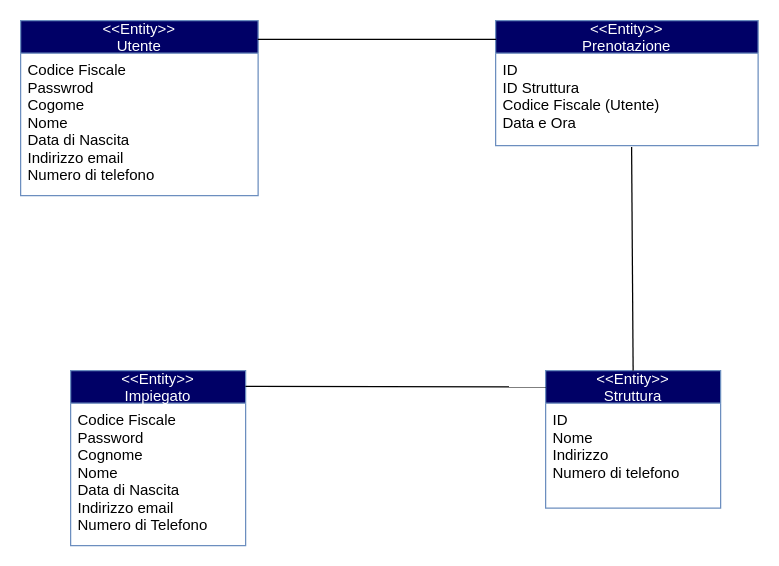
The draw.io diagram Documenti/UML Aggiornati/Entit di dominio/Entità di Dominio.drawio in Givaa/MedQueue, before the edit. Source tidied: cells renumbered, new cells numbered last; positions are measured from the earlier drawing's top-left corner, leaving out a move shared by most shapes. Both pictures are drawn from the tidied source at 125%, with x=0, y=0 at pixel (20, 20).
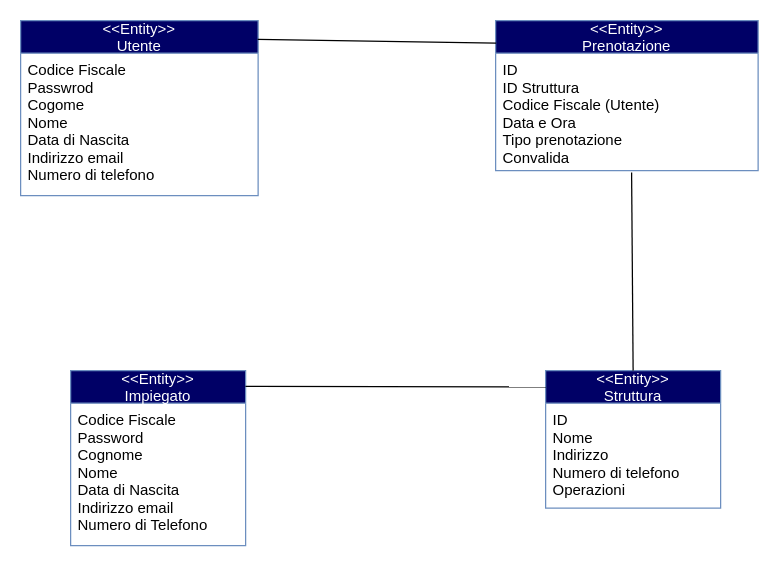
After the change.

Diff of the diagram source:
```diff
@@
 <mxGraphModel>
   <root>
     <mxCell id="0" />
     <mxCell id="1" parent="0" />
     <mxCell id="2" value="&lt;&lt;Entity&gt;&gt;&#10;Utente" style="swimlane;fontStyle=0;horizontal=1;startSize=26;strokeColor=#6c8ebf;fontColor=#FFFFFF;fillColor=#000066;" parent="1" vertex="1">
       <mxGeometry width="190" height="140" as="geometry" />
     </mxCell>
     <mxCell id="3" value="Codice Fiscale&#10;Passwrod&#10;Cogome&#10;Nome&#10;Data di Nascita&#10;Indirizzo email&#10;Numero di telefono" style="text;strokeColor=none;fillColor=none;align=left;verticalAlign=top;spacingLeft=4;spacingRight=4;overflow=hidden;" parent="2" vertex="1">
       <mxGeometry y="26" width="190" height="114" as="geometry" />
     </mxCell>
     <mxCell id="4" value="&lt;&lt;Entity&gt;&gt;&#10;Prenotazione" style="swimlane;fontStyle=0;horizontal=1;startSize=26;strokeColor=#6c8ebf;fontColor=#FFFFFF;fillColor=#000066;" parent="1" vertex="1">
-      <mxGeometry x="380" width="210" height="100" as="geometry" />
+      <mxGeometry x="380" width="210" height="120" as="geometry" />
     </mxCell>
-    <mxCell id="5" value="ID&#10;ID Struttura&#10;Codice Fiscale (Utente)&#10;Data e Ora" style="text;strokeColor=none;fillColor=none;align=left;verticalAlign=top;spacingLeft=4;spacingRight=4;overflow=hidden;points=[[0,0.5],[1,0.5]];portConstraint=eastwest;" parent="4" vertex="1">
-      <mxGeometry y="26" width="210" height="74" as="geometry" />
+    <mxCell id="5" value="ID&#10;ID Struttura&#10;Codice Fiscale (Utente)&#10;Data e Ora&#10;Tipo prenotazione&#10;Convalida" style="text;strokeColor=none;fillColor=none;align=left;verticalAlign=top;spacingLeft=4;spacingRight=4;overflow=hidden;points=[[0,0.5],[1,0.5]];portConstraint=eastwest;" parent="4" vertex="1">
+      <mxGeometry y="26" width="210" height="94" as="geometry" />
     </mxCell>
     <mxCell id="6" value="&lt;&lt;Entity&gt;&gt;&#10;Impiegato" style="swimlane;fontStyle=0;horizontal=1;startSize=26;strokeColor=#6c8ebf;fontColor=#FFFFFF;fillColor=#000066;" parent="1" vertex="1">
       <mxGeometry x="40" y="280" width="140" height="140" as="geometry" />
     </mxCell>
     <mxCell id="7" value="Codice Fiscale&#10;Password&#10;Cognome&#10;Nome&#10;Data di Nascita&#10;Indirizzo email&#10;Numero di Telefono" style="text;strokeColor=none;fillColor=none;align=left;verticalAlign=top;spacingLeft=4;spacingRight=4;overflow=hidden;" parent="6" vertex="1">
       <mxGeometry y="26" width="140" height="114" as="geometry" />
     </mxCell>
     <mxCell id="8" value="&lt;&lt;Entity&gt;&gt;&#10;Struttura" style="swimlane;fontStyle=0;horizontal=1;startSize=26;strokeColor=#6c8ebf;fontColor=#FFFFFF;fillColor=#000066;" parent="1" vertex="1">
       <mxGeometry x="420" y="280" width="140" height="110" as="geometry" />
     </mxCell>
-    <mxCell id="9" value="ID&#10;Nome&#10;Indirizzo&#10;Numero di telefono" style="text;align=left;verticalAlign=top;spacingLeft=4;spacingRight=4;overflow=hidden;" parent="8" vertex="1">
+    <mxCell id="9" value="ID&#10;Nome&#10;Indirizzo&#10;Numero di telefono&#10;Operazioni" style="text;align=left;verticalAlign=top;spacingLeft=4;spacingRight=4;overflow=hidden;" parent="8" vertex="1">
       <mxGeometry y="26" width="140" height="84" as="geometry" />
     </mxCell>
     <mxCell id="10" style="endArrow=none;html=1;entryX=0.002;entryY=0.15;entryDx=0;entryDy=0;entryPerimeter=0;exitX=0.998;exitY=0.107;exitDx=0;exitDy=0;exitPerimeter=0;" parent="1" edge="1" source="2" target="4">
       <mxGeometry relative="1" as="geometry" />
     </mxCell>
     <mxCell id="11" style="endArrow=none;html=1;entryX=0.518;entryY=1.016;entryDx=0;entryDy=0;entryPerimeter=0;exitX=0.5;exitY=0;exitDx=0;exitDy=0;" parent="1" edge="1" source="8" target="5">
       <mxGeometry relative="1" as="geometry" />
     </mxCell>
     <mxCell id="12" style="endArrow=none;html=1;entryX=0.002;entryY=0.119;entryDx=0;entryDy=0;entryPerimeter=0;exitX=0.999;exitY=0.09;exitDx=0;exitDy=0;exitPerimeter=0;" parent="1" edge="1" source="6" target="8">
       <mxGeometry relative="1" as="geometry" />
     </mxCell>
   </root>
 </mxGraphModel>
```
